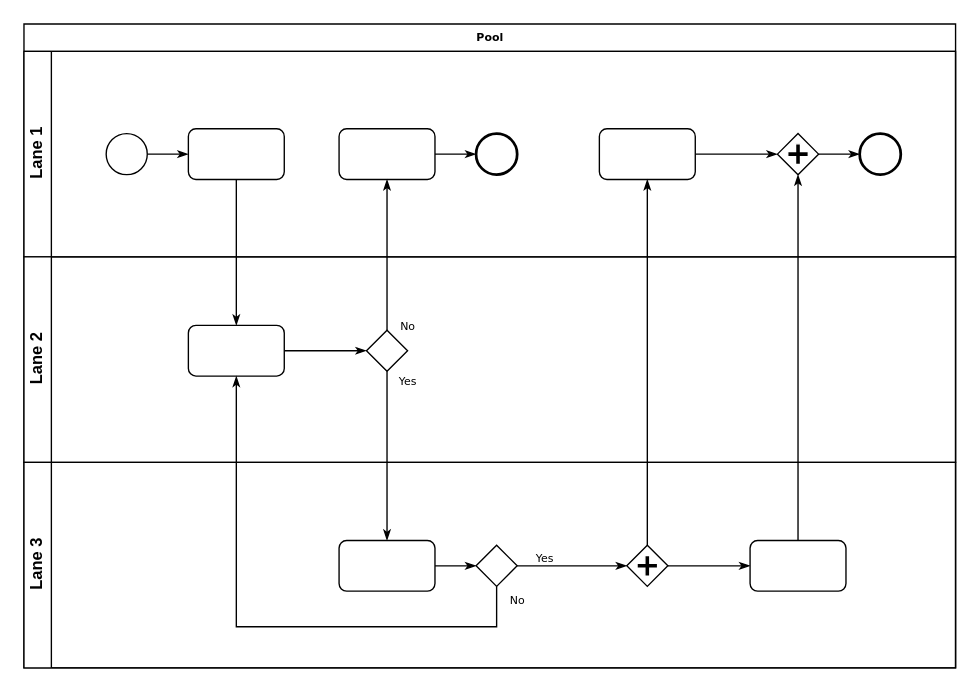
Before: Untitled Diagram.drawio in pateldeep99/ERD, a draw.io diagram. Source tidied: cells renumbered, new cells numbered last; positions are measured from the earlier drawing's top-left corner, leaving out a move shared by most shapes. Both pictures are drawn from the tidied source at 137%, with x=0, y=0 at pixel (23, 23).
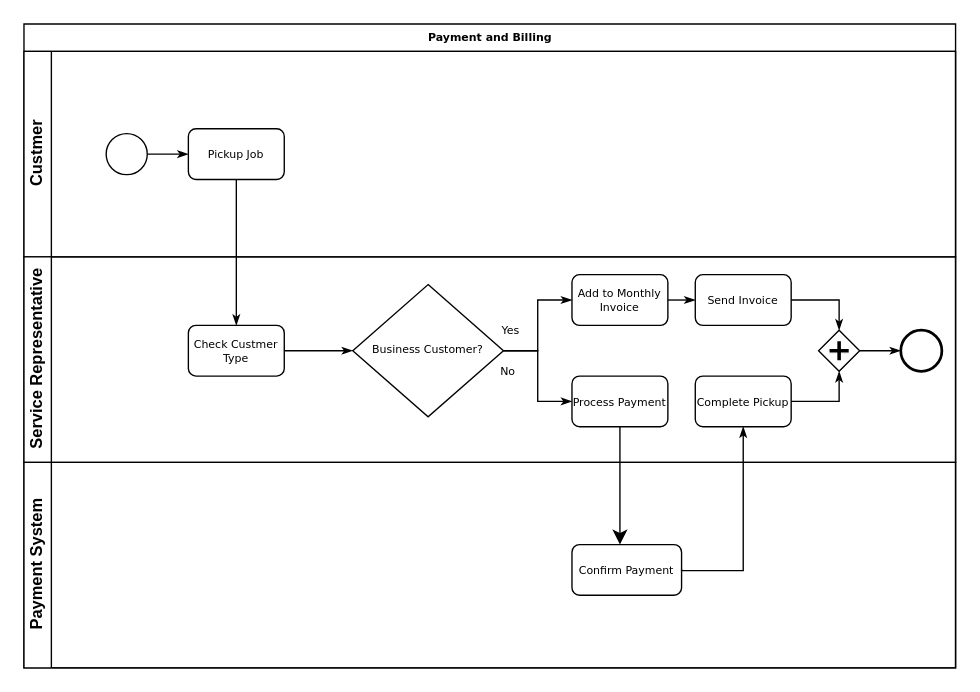
The same page after the edit.

Diff of the diagram source:
```diff
@@
-    <mxCell id="2" value="Pool" style="swimlane;html=1;horizontal=1;startSize=20;rounded=0;shadow=0;labelBackgroundColor=none;strokeWidth=1;fontFamily=Verdana;fontSize=8;align=center;" parent="1" vertex="1">
+    <mxCell id="2" value="Payment and Billing" style="swimlane;html=1;horizontal=1;startSize=20;rounded=0;shadow=0;labelBackgroundColor=none;strokeWidth=1;fontFamily=Verdana;fontSize=8;align=center;" parent="1" vertex="1">
       <mxGeometry width="680" height="470" as="geometry" />
     </mxCell>
-    <mxCell id="3" value="Lane 1" style="swimlane;html=1;startSize=20;horizontal=0;" parent="2" vertex="1">
+    <mxCell id="3" value="Custmer" style="swimlane;html=1;startSize=20;horizontal=0;" parent="2" vertex="1">
       <mxGeometry y="20" width="680" height="150" as="geometry" />
     </mxCell>
@@
-    <mxCell id="6" style="rounded=1;whiteSpace=wrap;html=1;shadow=0;labelBackgroundColor=none;strokeWidth=1;fontFamily=Verdana;fontSize=8;align=center;" parent="3" vertex="1">
+    <mxCell id="6" value="Pickup Job" style="rounded=1;whiteSpace=wrap;html=1;shadow=0;labelBackgroundColor=none;strokeWidth=1;fontFamily=Verdana;fontSize=8;align=center;" parent="3" vertex="1">
       <mxGeometry x="120" y="56.5" width="70" height="37" as="geometry" />
     </mxCell>
-    <mxCell id="7" style="edgeStyle=orthogonalEdgeStyle;rounded=0;html=1;labelBackgroundColor=none;startArrow=none;startFill=0;startSize=5;endArrow=classicThin;endFill=1;endSize=5;jettySize=auto;strokeWidth=1;fontFamily=Verdana;fontSize=8;" parent="3" edge="1" source="8" target="9">
-      <mxGeometry relative="1" as="geometry" />
-    </mxCell>
-    <mxCell id="8" style="rounded=1;whiteSpace=wrap;html=1;shadow=0;labelBackgroundColor=none;strokeWidth=1;fontFamily=Verdana;fontSize=8;align=center;" parent="3" vertex="1">
-      <mxGeometry x="230" y="56.5" width="70" height="37" as="geometry" />
-    </mxCell>
-    <mxCell id="9" style="ellipse;whiteSpace=wrap;html=1;rounded=0;shadow=0;labelBackgroundColor=none;strokeWidth=2;fontFamily=Verdana;fontSize=8;align=center;" parent="3" vertex="1">
-      <mxGeometry x="330" y="60" width="30" height="30" as="geometry" />
-    </mxCell>
-    <mxCell id="10" style="edgeStyle=orthogonalEdgeStyle;rounded=0;html=1;entryX=0;entryY=0.5;labelBackgroundColor=none;startArrow=none;startFill=0;startSize=5;endArrow=classicThin;endFill=1;endSize=5;jettySize=auto;strokeWidth=1;fontFamily=Verdana;fontSize=8;" parent="3" edge="1" source="11" target="13">
-      <mxGeometry relative="1" as="geometry" />
-    </mxCell>
-    <mxCell id="11" style="rounded=1;whiteSpace=wrap;html=1;shadow=0;labelBackgroundColor=none;strokeWidth=1;fontFamily=Verdana;fontSize=8;align=center;" parent="3" vertex="1">
-      <mxGeometry x="420" y="56.5" width="70" height="37" as="geometry" />
-    </mxCell>
-    <mxCell id="12" style="edgeStyle=orthogonalEdgeStyle;rounded=0;html=1;labelBackgroundColor=none;startArrow=none;startFill=0;startSize=5;endArrow=classicThin;endFill=1;endSize=5;jettySize=auto;strokeWidth=1;fontFamily=Verdana;fontSize=8;" parent="3" edge="1" source="13" target="14">
-      <mxGeometry relative="1" as="geometry" />
-    </mxCell>
-    <mxCell id="13" style="shape=mxgraph.bpmn.shape;html=1;verticalLabelPosition=bottom;labelBackgroundColor=#ffffff;verticalAlign=top;perimeter=rhombusPerimeter;background=gateway;outline=none;symbol=parallelGw;rounded=1;shadow=0;strokeWidth=1;fontFamily=Verdana;fontSize=8;align=center;" parent="3" vertex="1">
-      <mxGeometry x="550" y="60" width="30" height="30" as="geometry" />
-    </mxCell>
-    <mxCell id="14" style="ellipse;whiteSpace=wrap;html=1;rounded=0;shadow=0;labelBackgroundColor=none;strokeWidth=2;fontFamily=Verdana;fontSize=8;align=center;" parent="3" vertex="1">
-      <mxGeometry x="610" y="60" width="30" height="30" as="geometry" />
-    </mxCell>
-    <mxCell id="15" value="Lane 2" style="swimlane;html=1;startSize=20;horizontal=0;" parent="2" vertex="1">
+    <mxCell id="15" value="Service Representative" style="swimlane;html=1;startSize=20;horizontal=0;" parent="2" vertex="1">
       <mxGeometry y="170" width="680" height="150" as="geometry" />
     </mxCell>
@@
-    <mxCell id="17" style="rounded=1;whiteSpace=wrap;html=1;shadow=0;labelBackgroundColor=none;strokeWidth=1;fontFamily=Verdana;fontSize=8;align=center;" parent="15" vertex="1">
+    <mxCell id="17" value="Check Custmer Type" style="rounded=1;whiteSpace=wrap;html=1;shadow=0;labelBackgroundColor=none;strokeWidth=1;fontFamily=Verdana;fontSize=8;align=center;" parent="15" vertex="1">
       <mxGeometry x="120" y="50" width="70" height="37" as="geometry" />
     </mxCell>
-    <mxCell id="18" style="strokeWidth=1;html=1;shape=mxgraph.flowchart.decision;whiteSpace=wrap;rounded=1;shadow=0;labelBackgroundColor=none;fontFamily=Verdana;fontSize=8;align=center;" parent="15" vertex="1">
-      <mxGeometry x="250" y="53.5" width="30" height="30" as="geometry" />
+    <mxCell id="18" value="Business Customer?" style="strokeWidth=1;html=1;shape=mxgraph.flowchart.decision;whiteSpace=wrap;rounded=1;shadow=0;labelBackgroundColor=none;fontFamily=Verdana;fontSize=8;align=center;" parent="15" vertex="1">
+      <mxGeometry x="240" y="20.2" width="110" height="96.5" as="geometry" />
     </mxCell>
+    <mxCell id="8" value="Add to Monthly Invoice" style="rounded=1;whiteSpace=wrap;html=1;shadow=0;labelBackgroundColor=none;strokeWidth=1;fontFamily=Verdana;fontSize=8;align=center;" parent="15" vertex="1">
+      <mxGeometry x="400" y="13" width="70" height="37" as="geometry" />
+    </mxCell>
+    <mxCell id="28" value="No" style="edgeStyle=orthogonalEdgeStyle;rounded=0;html=1;labelBackgroundColor=none;startArrow=none;startFill=0;startSize=5;endArrow=classicThin;endFill=1;endSize=5;jettySize=auto;strokeWidth=1;fontFamily=Verdana;fontSize=8;" parent="15" edge="1" source="18" target="8">
+      <mxGeometry x="-0.94" y="-15" relative="1" as="geometry" />
+    </mxCell>
+    <mxCell id="11" value="Send Invoice" style="rounded=1;whiteSpace=wrap;html=1;shadow=0;labelBackgroundColor=none;strokeWidth=1;fontFamily=Verdana;fontSize=8;align=center;" parent="15" vertex="1">
+      <mxGeometry x="490" y="13" width="70" height="37" as="geometry" />
+    </mxCell>
+    <mxCell id="33" style="edgeStyle=none;curved=1;rounded=0;jettySize=auto;html=1;exitX=0.5;exitY=1;exitDx=0;exitDy=0;fontSize=12;startSize=8;endSize=8;" parent="15" edge="1" source="21">
+      <mxGeometry relative="1" as="geometry">
+        <mxPoint x="435" y="210" as="targetPoint" />
+      </mxGeometry>
+    </mxCell>
+    <mxCell id="21" value="Process Payment" style="rounded=1;whiteSpace=wrap;html=1;shadow=0;labelBackgroundColor=none;strokeWidth=1;fontFamily=Verdana;fontSize=8;align=center;" parent="15" vertex="1">
+      <mxGeometry x="400" y="87" width="70" height="37" as="geometry" />
+    </mxCell>
+    <mxCell id="29" value="Yes" style="edgeStyle=orthogonalEdgeStyle;rounded=0;html=1;labelBackgroundColor=none;startArrow=none;startFill=0;startSize=5;endArrow=classicThin;endFill=1;endSize=5;jettySize=auto;strokeWidth=1;fontFamily=Verdana;fontSize=8;" parent="15" edge="1" source="18" target="21">
+      <mxGeometry x="-0.89" y="15" relative="1" as="geometry" />
+    </mxCell>
+    <mxCell id="34" value="Complete Pickup" style="rounded=1;whiteSpace=wrap;html=1;shadow=0;labelBackgroundColor=none;strokeWidth=1;fontFamily=Verdana;fontSize=8;align=center;" parent="15" vertex="1">
+      <mxGeometry x="490" y="87" width="70" height="37" as="geometry" />
+    </mxCell>
+    <mxCell id="14" style="ellipse;whiteSpace=wrap;html=1;rounded=0;shadow=0;labelBackgroundColor=none;strokeWidth=2;fontFamily=Verdana;fontSize=8;align=center;" parent="15" vertex="1">
+      <mxGeometry x="640" y="53.5" width="30" height="30" as="geometry" />
+    </mxCell>
+    <mxCell id="13" style="shape=mxgraph.bpmn.shape;html=1;verticalLabelPosition=bottom;labelBackgroundColor=#ffffff;verticalAlign=top;perimeter=rhombusPerimeter;background=gateway;outline=none;symbol=parallelGw;rounded=1;shadow=0;strokeWidth=1;fontFamily=Verdana;fontSize=8;align=center;" parent="15" vertex="1">
+      <mxGeometry x="580" y="53.5" width="30" height="30" as="geometry" />
+    </mxCell>
+    <mxCell id="10" style="edgeStyle=orthogonalEdgeStyle;rounded=0;html=1;entryX=0.5;entryY=0;labelBackgroundColor=none;startArrow=none;startFill=0;startSize=5;endArrow=classicThin;endFill=1;endSize=5;jettySize=auto;strokeWidth=1;fontFamily=Verdana;fontSize=8;entryDx=0;entryDy=0;" parent="15" edge="1" source="11" target="13">
+      <mxGeometry relative="1" as="geometry" />
+    </mxCell>
+    <mxCell id="12" style="edgeStyle=orthogonalEdgeStyle;rounded=0;html=1;labelBackgroundColor=none;startArrow=none;startFill=0;startSize=5;endArrow=classicThin;endFill=1;endSize=5;jettySize=auto;strokeWidth=1;fontFamily=Verdana;fontSize=8;" parent="15" edge="1" source="13" target="14">
+      <mxGeometry relative="1" as="geometry" />
+    </mxCell>
+    <mxCell id="35" style="edgeStyle=orthogonalEdgeStyle;rounded=0;html=1;entryX=0.5;entryY=1;labelBackgroundColor=none;startArrow=none;startFill=0;startSize=5;endArrow=classicThin;endFill=1;endSize=5;jettySize=auto;strokeWidth=1;fontFamily=Verdana;fontSize=8;entryDx=0;entryDy=0;exitX=1;exitY=0.5;exitDx=0;exitDy=0;" parent="15" edge="1" source="34" target="13">
+      <mxGeometry relative="1" as="geometry" />
+    </mxCell>
+    <mxCell id="36" style="edgeStyle=orthogonalEdgeStyle;rounded=0;html=1;entryX=0;entryY=0.5;labelBackgroundColor=none;startArrow=none;startFill=0;startSize=5;endArrow=classicThin;endFill=1;endSize=5;jettySize=auto;strokeWidth=1;fontFamily=Verdana;fontSize=8;entryDx=0;entryDy=0;exitX=1;exitY=0.5;exitDx=0;exitDy=0;" parent="15" edge="1" source="8" target="11">
+      <mxGeometry relative="1" as="geometry" />
+    </mxCell>
-    <mxCell id="19" value="Lane 3" style="swimlane;html=1;startSize=20;horizontal=0;" parent="2" vertex="1">
+    <mxCell id="19" value="Payment System" style="swimlane;html=1;startSize=20;horizontal=0;" parent="2" vertex="1">
       <mxGeometry y="320" width="680" height="150" as="geometry" />
     </mxCell>
-    <mxCell id="20" style="edgeStyle=orthogonalEdgeStyle;rounded=0;html=1;labelBackgroundColor=none;startArrow=none;startFill=0;startSize=5;endArrow=classicThin;endFill=1;endSize=5;jettySize=auto;strokeWidth=1;fontFamily=Verdana;fontSize=8;" parent="19" edge="1" source="21" target="23">
-      <mxGeometry relative="1" as="geometry" />
-    </mxCell>
-    <mxCell id="21" style="rounded=1;whiteSpace=wrap;html=1;shadow=0;labelBackgroundColor=none;strokeWidth=1;fontFamily=Verdana;fontSize=8;align=center;" parent="19" vertex="1">
-      <mxGeometry x="230" y="57" width="70" height="37" as="geometry" />
-    </mxCell>
-    <mxCell id="22" value="Yes" style="edgeStyle=orthogonalEdgeStyle;rounded=0;html=1;entryX=0;entryY=0.5;labelBackgroundColor=none;startArrow=none;startFill=0;startSize=5;endArrow=classicThin;endFill=1;endSize=5;jettySize=auto;strokeWidth=1;fontFamily=Verdana;fontSize=8;" parent="19" edge="1" source="23" target="25">
-      <mxGeometry x="-0.5" y="6" relative="1" as="geometry" />
-    </mxCell>
-    <mxCell id="23" style="strokeWidth=1;html=1;shape=mxgraph.flowchart.decision;whiteSpace=wrap;rounded=1;shadow=0;labelBackgroundColor=none;fontFamily=Verdana;fontSize=8;align=center;" parent="19" vertex="1">
-      <mxGeometry x="330" y="60.5" width="30" height="30" as="geometry" />
-    </mxCell>
-    <mxCell id="24" style="edgeStyle=orthogonalEdgeStyle;rounded=0;html=1;labelBackgroundColor=none;startArrow=none;startFill=0;startSize=5;endArrow=classicThin;endFill=1;endSize=5;jettySize=auto;strokeColor=#000000;strokeWidth=1;fontFamily=Verdana;fontSize=8;fontColor=#000000;" parent="19" edge="1" source="25" target="26">
-      <mxGeometry relative="1" as="geometry" />
-    </mxCell>
-    <mxCell id="25" style="shape=mxgraph.bpmn.shape;html=1;verticalLabelPosition=bottom;labelBackgroundColor=#ffffff;verticalAlign=top;perimeter=rhombusPerimeter;background=gateway;outline=none;symbol=parallelGw;rounded=1;shadow=0;strokeWidth=1;fontFamily=Verdana;fontSize=8;align=center;" parent="19" vertex="1">
-      <mxGeometry x="440" y="60.5" width="30" height="30" as="geometry" />
-    </mxCell>
-    <mxCell id="26" style="rounded=1;whiteSpace=wrap;html=1;shadow=0;labelBackgroundColor=none;strokeWidth=1;fontFamily=Verdana;fontSize=8;align=center;" parent="19" vertex="1">
-      <mxGeometry x="530" y="57" width="70" height="37" as="geometry" />
-    </mxCell>
+    <mxCell id="37" value="Confirm Payment" style="rounded=1;whiteSpace=wrap;html=1;shadow=0;labelBackgroundColor=none;strokeWidth=1;fontFamily=Verdana;fontSize=8;align=center;" parent="19" vertex="1">
+      <mxGeometry x="400" y="60" width="80" height="37" as="geometry" />
+    </mxCell>
+    <mxCell id="38" style="edgeStyle=orthogonalEdgeStyle;rounded=0;html=1;entryX=0.5;entryY=1;labelBackgroundColor=none;startArrow=none;startFill=0;startSize=5;endArrow=classicThin;endFill=1;endSize=5;jettySize=auto;strokeWidth=1;fontFamily=Verdana;fontSize=8;entryDx=0;entryDy=0;" parent="19" edge="1" target="34">
+      <mxGeometry relative="1" as="geometry">
+        <mxPoint x="480" y="78" as="sourcePoint" />
+        <Array as="points">
+          <mxPoint x="480" y="79" />
+          <mxPoint x="525" y="79" />
+        </Array>
+      </mxGeometry>
+    </mxCell>
@@
-    <mxCell id="28" value="No" style="edgeStyle=orthogonalEdgeStyle;rounded=0;html=1;labelBackgroundColor=none;startArrow=none;startFill=0;startSize=5;endArrow=classicThin;endFill=1;endSize=5;jettySize=auto;strokeWidth=1;fontFamily=Verdana;fontSize=8;" parent="2" edge="1" source="18" target="8">
-      <mxGeometry x="-0.94" y="-15" relative="1" as="geometry" />
-    </mxCell>
-    <mxCell id="29" value="Yes" style="edgeStyle=orthogonalEdgeStyle;rounded=0;html=1;labelBackgroundColor=none;startArrow=none;startFill=0;startSize=5;endArrow=classicThin;endFill=1;endSize=5;jettySize=auto;strokeWidth=1;fontFamily=Verdana;fontSize=8;" parent="2" edge="1" source="18" target="21">
-      <mxGeometry x="-0.89" y="15" relative="1" as="geometry" />
-    </mxCell>
-    <mxCell id="30" style="edgeStyle=orthogonalEdgeStyle;rounded=0;html=1;entryX=0.5;entryY=1;labelBackgroundColor=none;startArrow=none;startFill=0;startSize=5;endArrow=classicThin;endFill=1;endSize=5;jettySize=auto;strokeWidth=1;fontFamily=Verdana;fontSize=8;" parent="2" edge="1" source="26" target="13">
-      <mxGeometry relative="1" as="geometry" />
-    </mxCell>
-    <mxCell id="31" value="No" style="edgeStyle=orthogonalEdgeStyle;rounded=0;html=1;labelBackgroundColor=none;startArrow=none;startFill=0;startSize=5;endArrow=classicThin;endFill=1;endSize=5;jettySize=auto;strokeWidth=1;fontFamily=Verdana;fontSize=8;" parent="2" edge="1" source="23" target="17">
-      <mxGeometry x="-0.95" y="15" relative="1" as="geometry">
-        <Array as="points">
-          <mxPoint x="345" y="440" />
-          <mxPoint x="155" y="440" />
-        </Array>
-      </mxGeometry>
-    </mxCell>
-    <mxCell id="32" style="edgeStyle=orthogonalEdgeStyle;rounded=0;html=1;labelBackgroundColor=none;startArrow=none;startFill=0;startSize=5;endArrow=classicThin;endFill=1;endSize=5;jettySize=auto;strokeWidth=1;fontFamily=Verdana;fontSize=8;" parent="2" edge="1" source="25" target="11">
-      <mxGeometry relative="1" as="geometry" />
-    </mxCell>
```
